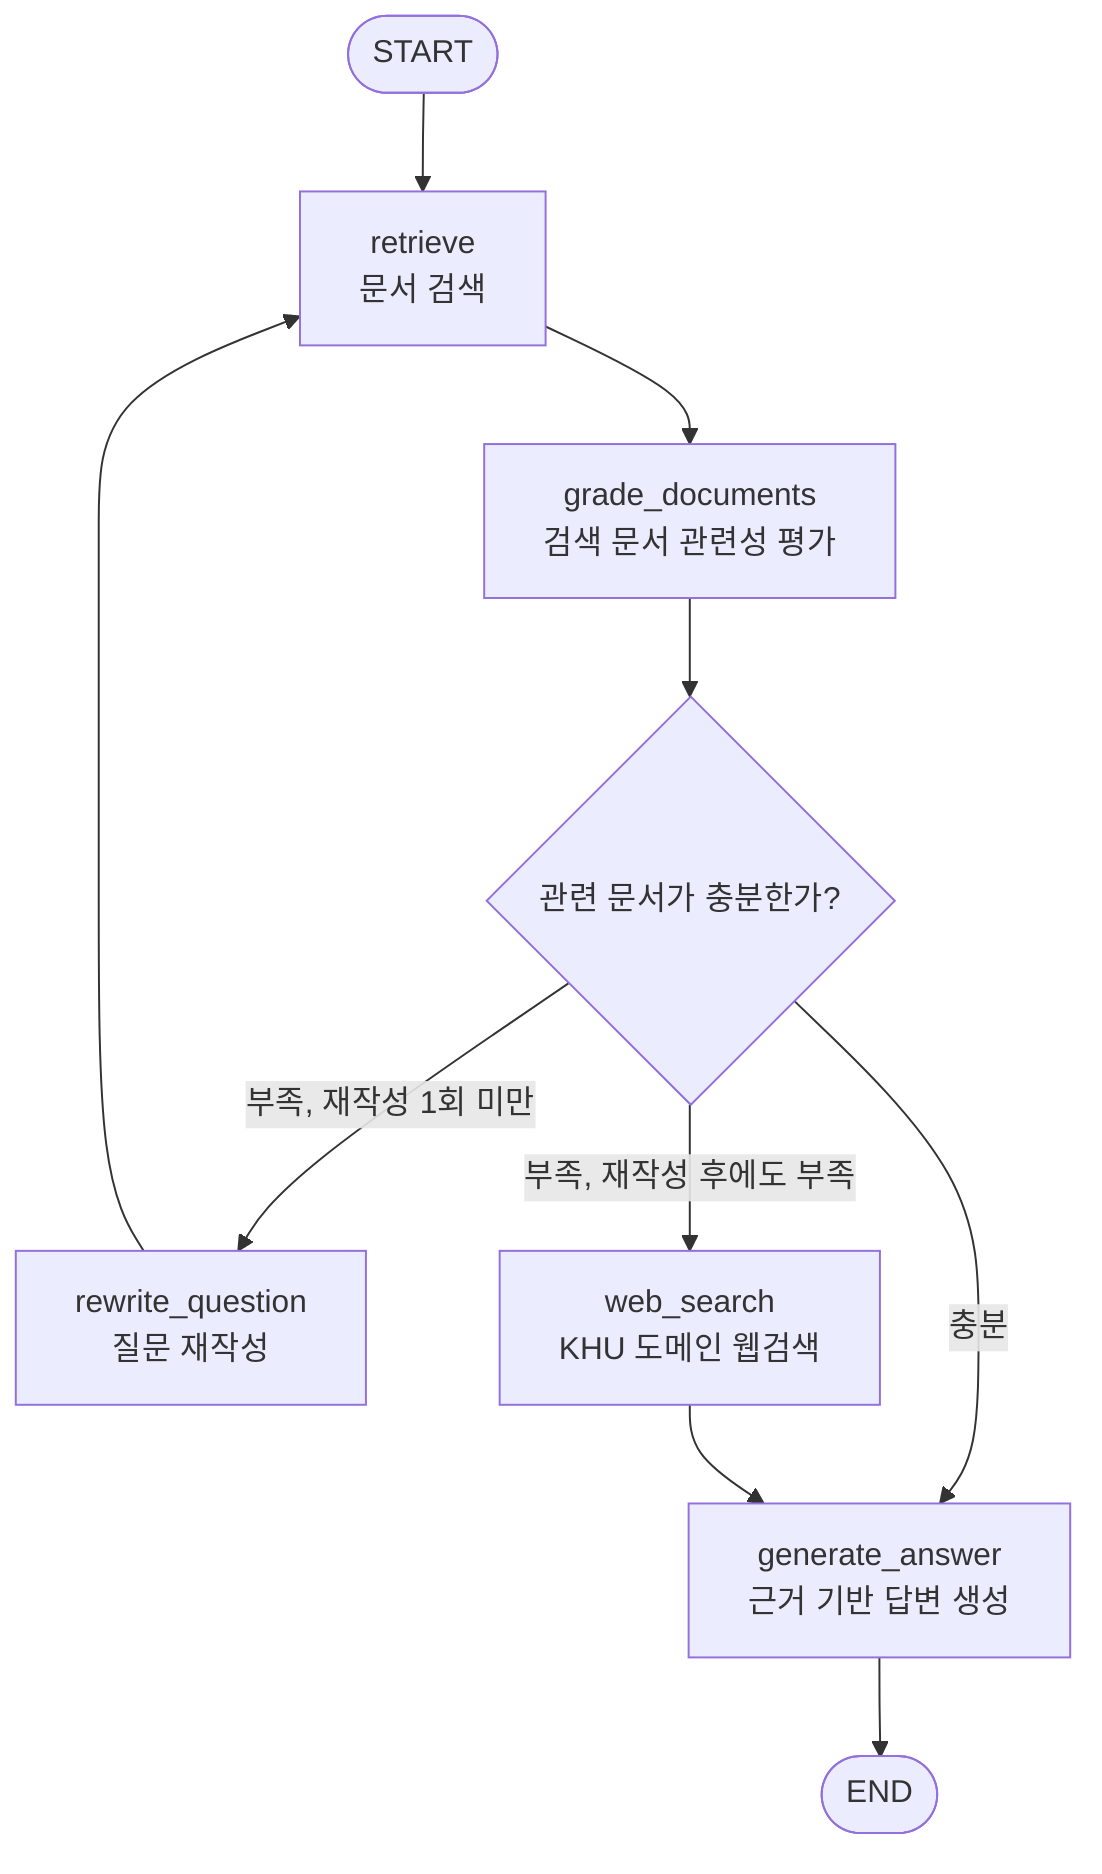
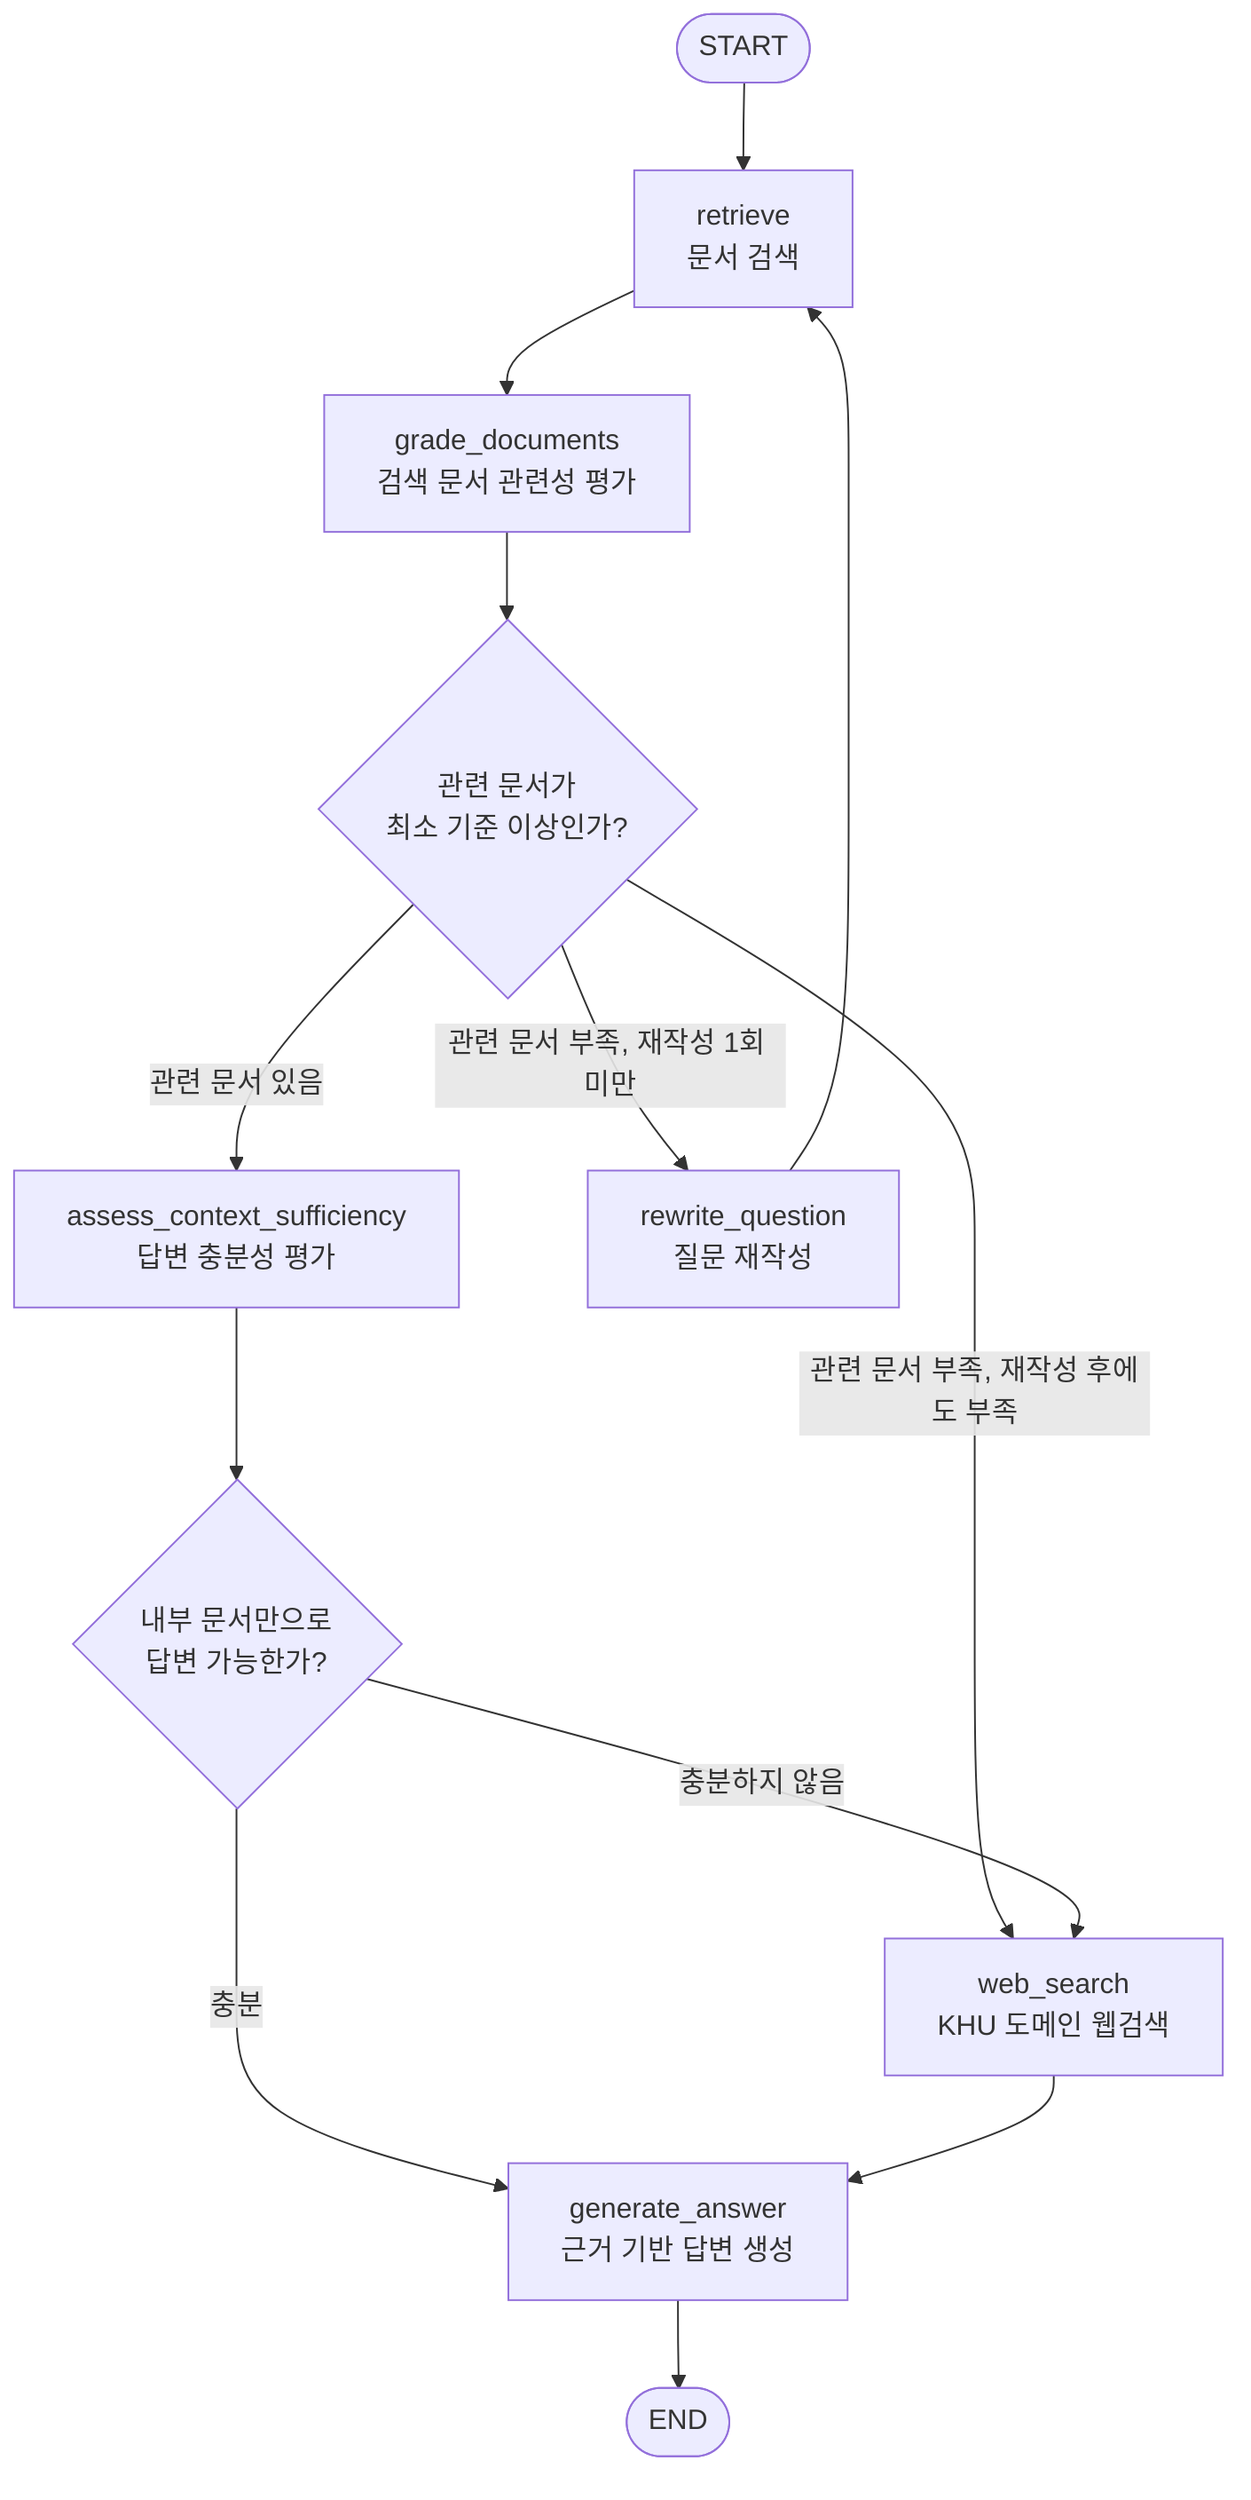
flowchart TD
    START([START])
    RETRIEVE["retrieve<br/>문서 검색"]
    GRADE["grade_documents<br/>검색 문서 관련성 평가"]
-     DECIDE{"관련 문서가 충분한가?"}
+     DECIDE_RELEVANCE{"관련 문서가<br/>최소 기준 이상인가?"}
+     ASSESS["assess_context_sufficiency<br/>답변 충분성 평가"]
+     DECIDE_SUFFICIENCY{"내부 문서만으로<br/>답변 가능한가?"}
    REWRITE["rewrite_question<br/>질문 재작성"]
    WEB["web_search<br/>KHU 도메인 웹검색"]
    GENERATE["generate_answer<br/>근거 기반 답변 생성"]
    END([END])

    START --> RETRIEVE
    RETRIEVE --> GRADE
-     GRADE --> DECIDE
-     DECIDE -- "충분" --> GENERATE
-     DECIDE -- "부족, 재작성 1회 미만" --> REWRITE
+     GRADE --> DECIDE_RELEVANCE
+     DECIDE_RELEVANCE -- "관련 문서 부족, 재작성 1회 미만" --> REWRITE
    REWRITE --> RETRIEVE
-     DECIDE -- "부족, 재작성 후에도 부족" --> WEB
+     DECIDE_RELEVANCE -- "관련 문서 부족, 재작성 후에도 부족" --> WEB
+     DECIDE_RELEVANCE -- "관련 문서 있음" --> ASSESS
+     ASSESS --> DECIDE_SUFFICIENCY
+     DECIDE_SUFFICIENCY -- "충분" --> GENERATE
+     DECIDE_SUFFICIENCY -- "충분하지 않음" --> WEB
    WEB --> GENERATE
    GENERATE --> END
